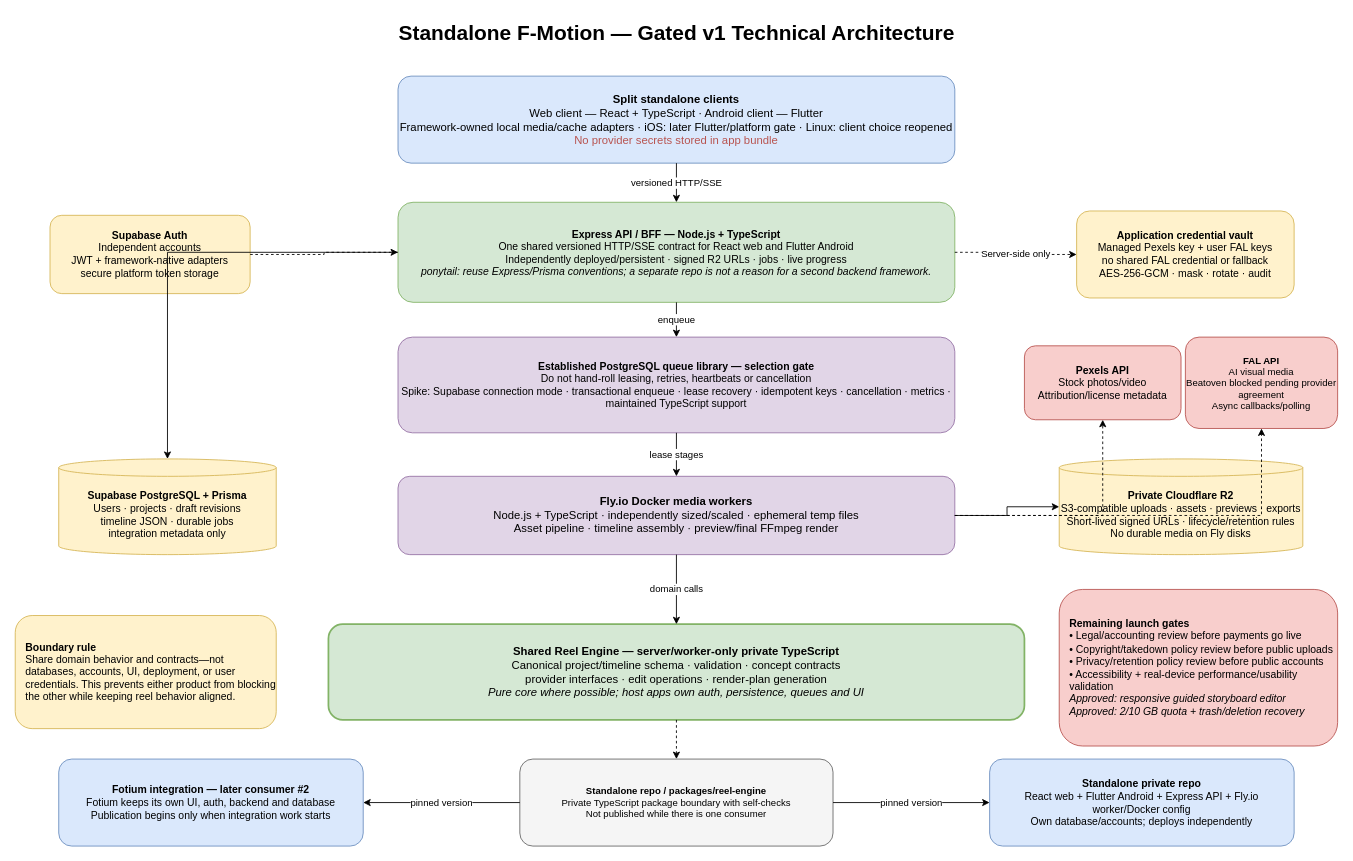
Above: page "2. Technical Architecture" (2 of 11) of docs/architecture/f-motion.drawio in ivanillka/f-motion (draw.io), before the change. Source tidied: cells renumbered, new cells numbered last; positions are measured from the earlier drawing's top-left corner, leaving out a move shared by most shapes. Both pictures are drawn from the tidied source at 87%, with x=0, y=0 at pixel (15, 15).
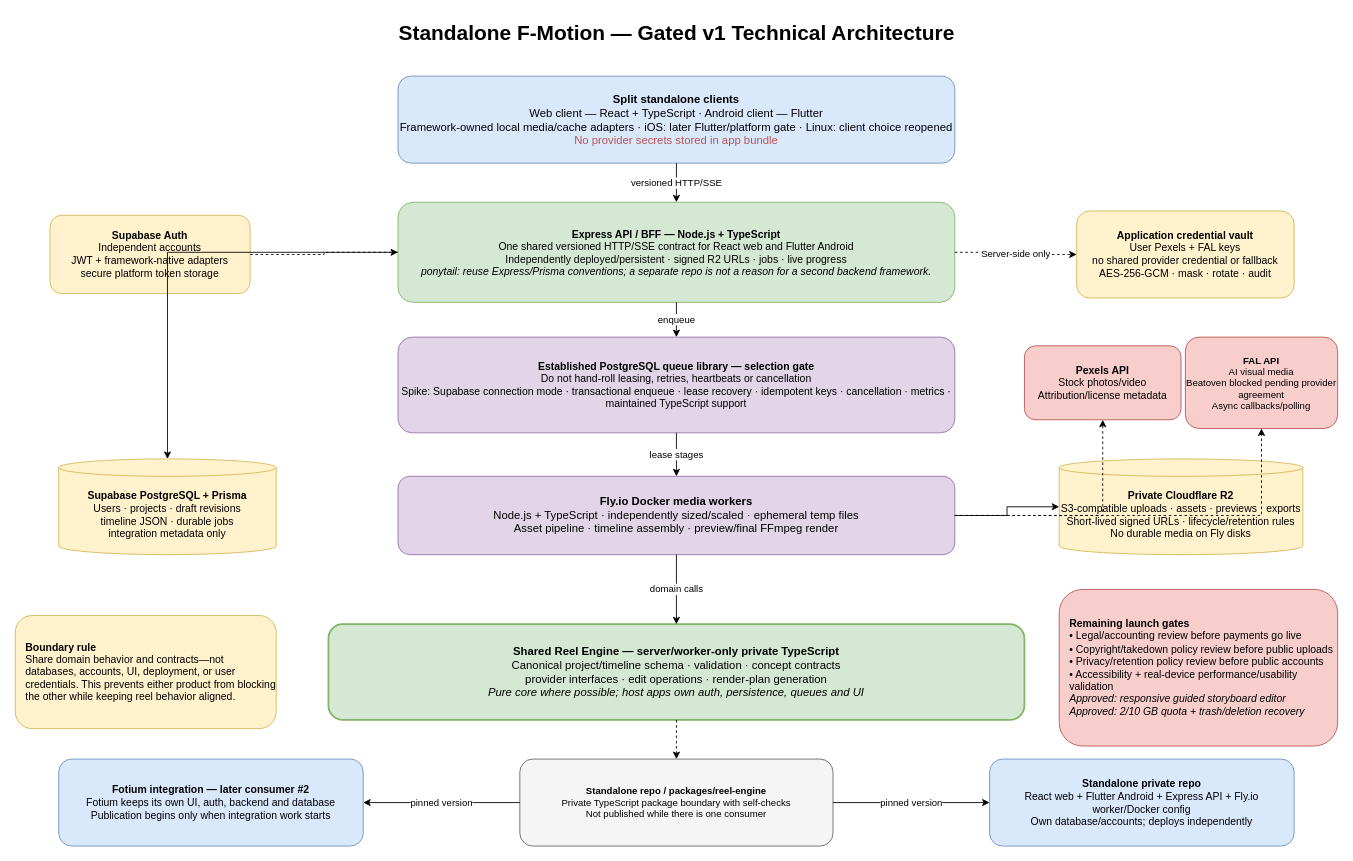
After the change.

Diff of the diagram source:
```diff
@@
-    <mxCell id="6" value="&lt;b&gt;Application credential vault&lt;/b&gt;&lt;br&gt;Managed Pexels key + user FAL keys&lt;br&gt;no shared FAL credential or fallback&lt;br&gt;AES-256-GCM · mask · rotate · audit" style="rounded=1;whiteSpace=wrap;html=1;fillColor=#fff2cc;strokeColor=#d6b656;fontSize=12;" parent="1" vertex="1">
+    <mxCell id="6" value="&lt;b&gt;Application credential vault&lt;/b&gt;&lt;br&gt;User Pexels + FAL keys&lt;br&gt;no shared provider credential or fallback&lt;br&gt;AES-256-GCM · mask · rotate · audit" style="rounded=1;whiteSpace=wrap;html=1;fillColor=#fff2cc;strokeColor=#d6b656;fontSize=12;" parent="1" vertex="1">
       <mxGeometry x="1220" y="225" width="250" height="100" as="geometry" />
     </mxCell>
```
